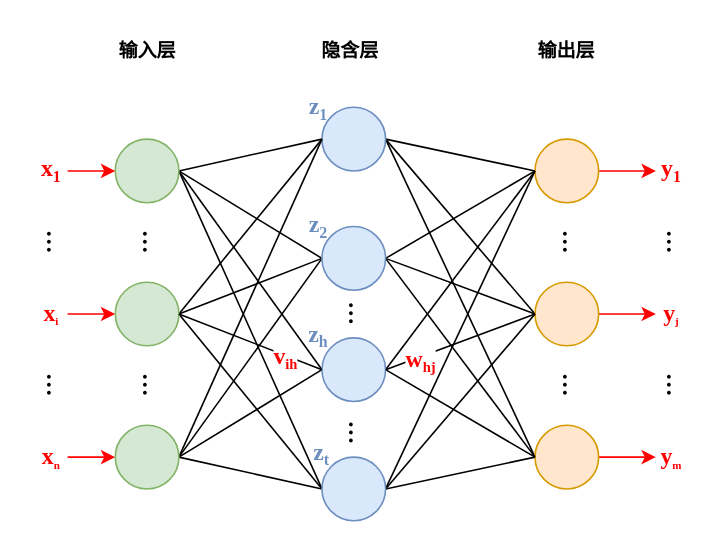
Earlier version of the draw.io diagram BPNN.drawio (2896498573/Redgon). Source tidied: cells renumbered, new cells numbered last; positions are measured from the earlier drawing's top-left corner, leaving out a move shared by most shapes. Both pictures are drawn from the tidied source at 159%, with x=0, y=0 at pixel (35, 27).
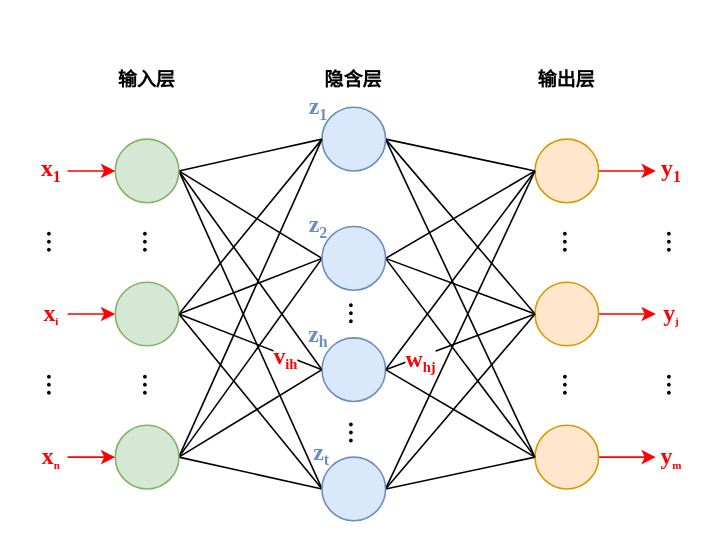
After the change.

The edit, as a diff of the source:
```diff
@@
-    <mxCell id="7" value="输入层" style="text;html=1;strokeColor=none;fillColor=none;align=center;verticalAlign=middle;rounded=0;fontFamily=宋体;fontStyle=1;fontSize=12;" parent="1" vertex="1">
-      <mxGeometry x="40" width="60" height="30" as="geometry" />
-    </mxCell>
@@
     <mxCell id="12" value="隐含层" style="text;html=1;strokeColor=none;fillColor=none;align=center;verticalAlign=middle;whiteSpace=wrap;rounded=0;fontFamily=宋体;fontStyle=1;fontSize=12;labelBackgroundColor=default;" parent="1" vertex="1">
-      <mxGeometry x="168" width="60" height="30" as="geometry" />
+      <mxGeometry x="170" y="18" width="60" height="30" as="geometry" />
     </mxCell>
@@
     <mxCell id="15" value="输出层" style="text;html=1;strokeColor=none;fillColor=none;align=center;verticalAlign=middle;whiteSpace=wrap;rounded=0;fontFamily=宋体;fontStyle=1;fontSize=12;labelBackgroundColor=default;" parent="1" vertex="1">
-      <mxGeometry x="304" width="60" height="30" as="geometry" />
+      <mxGeometry x="304" y="18" width="60" height="30" as="geometry" />
     </mxCell>
@@
+    <mxCell id="7" value="输入层" style="text;html=1;strokeColor=none;fillColor=none;align=center;verticalAlign=middle;whiteSpace=wrap;rounded=0;fontFamily=宋体;fontStyle=1;fontSize=12;labelBackgroundColor=default;" parent="1" vertex="1">
+      <mxGeometry x="40" y="18" width="60" height="30" as="geometry" />
+    </mxCell>
```
